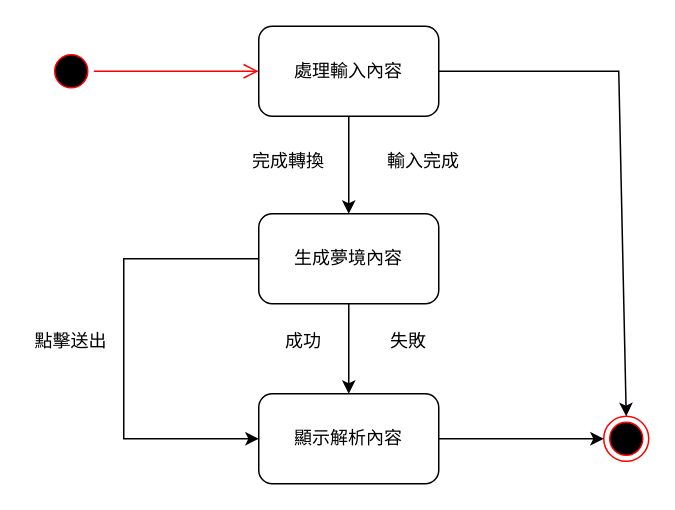
jiakai912/114201_poject keeps this draw.io diagram as page "輸入夢境" (2 of 7) of 11336032/狀態機.drawio. Above is the earlier version. Source tidied: cells renumbered, new cells numbered last; positions are measured from the earlier drawing's top-left corner, leaving out a move shared by most shapes. Both pictures are drawn from the tidied source at 150%, with x=0, y=0 at pixel (26, 26).
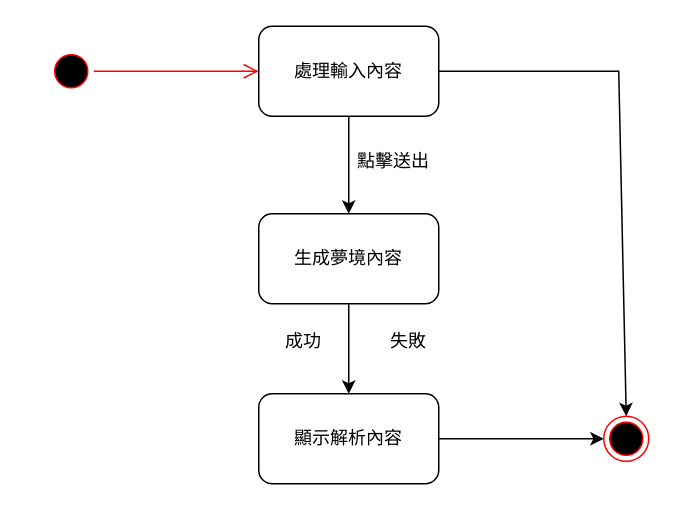
The same diagram, later.

Unchanged cells that the change refers to:
```xml
<mxCell id="4" value="生成夢境內容" style="rounded=1;whiteSpace=wrap;html=1;" parent="1" vertex="1">
  <mxGeometry x="155" y="125" width="120" height="60" as="geometry" />
</mxCell>
<mxCell id="6" value="顯示解析內容" style="rounded=1;whiteSpace=wrap;html=1;" parent="1" vertex="1">
  <mxGeometry x="155" y="245" width="120" height="60" as="geometry" />
</mxCell>
```

Diff of the diagram source:
```diff
@@
-    <mxCell id="11" style="endArrow=classic;html=1;rounded=0;entryX=0;entryY=0.5;entryDx=0;entryDy=0;exitX=0;exitY=0.5;exitDx=0;exitDy=0;" parent="1" edge="1" source="4" target="6">
-      <mxGeometry relative="1" as="geometry">
-        <Array as="points">
-          <mxPoint x="65" y="155" />
-          <mxPoint x="65" y="275" />
-        </Array>
-      </mxGeometry>
-    </mxCell>
@@
-    <mxCell id="13" value="完成轉換" style="text;html=1;align=center;verticalAlign=middle;whiteSpace=wrap;rounded=0;" parent="1" vertex="1">
-      <mxGeometry x="145" y="75" width="60" height="30" as="geometry" />
-    </mxCell>
-    <mxCell id="14" value="輸入完成" style="text;html=1;align=center;verticalAlign=middle;whiteSpace=wrap;rounded=0;" parent="1" vertex="1">
-      <mxGeometry x="235" y="75" width="60" height="30" as="geometry" />
-    </mxCell>
@@
     <mxCell id="17" value="點擊送出" style="text;html=1;align=center;verticalAlign=middle;whiteSpace=wrap;rounded=0;" parent="1" vertex="1">
-      <mxGeometry y="195" width="60" height="30" as="geometry" />
+      <mxGeometry x="215" y="75" width="60" height="30" as="geometry" />
     </mxCell>
```
